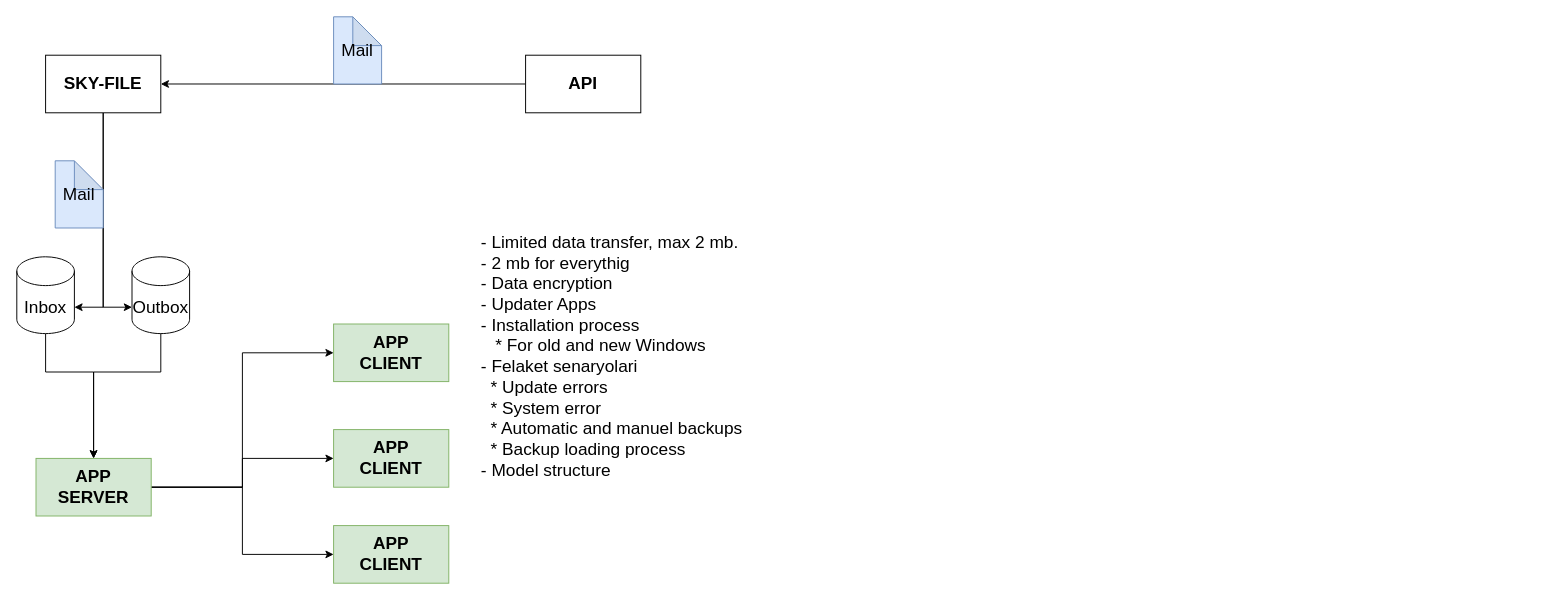
Before: page "Desktio App" (6 of 6) of mrvtool.drawio in dagistan-tuncbilek/tasarimlar, a draw.io diagram. Source tidied: cells renumbered, new cells numbered last; positions are measured from the earlier drawing's top-left corner, leaving out a move shared by most shapes. Both pictures are drawn from the tidied source at 96%, with x=0, y=0 at pixel (16, 16).
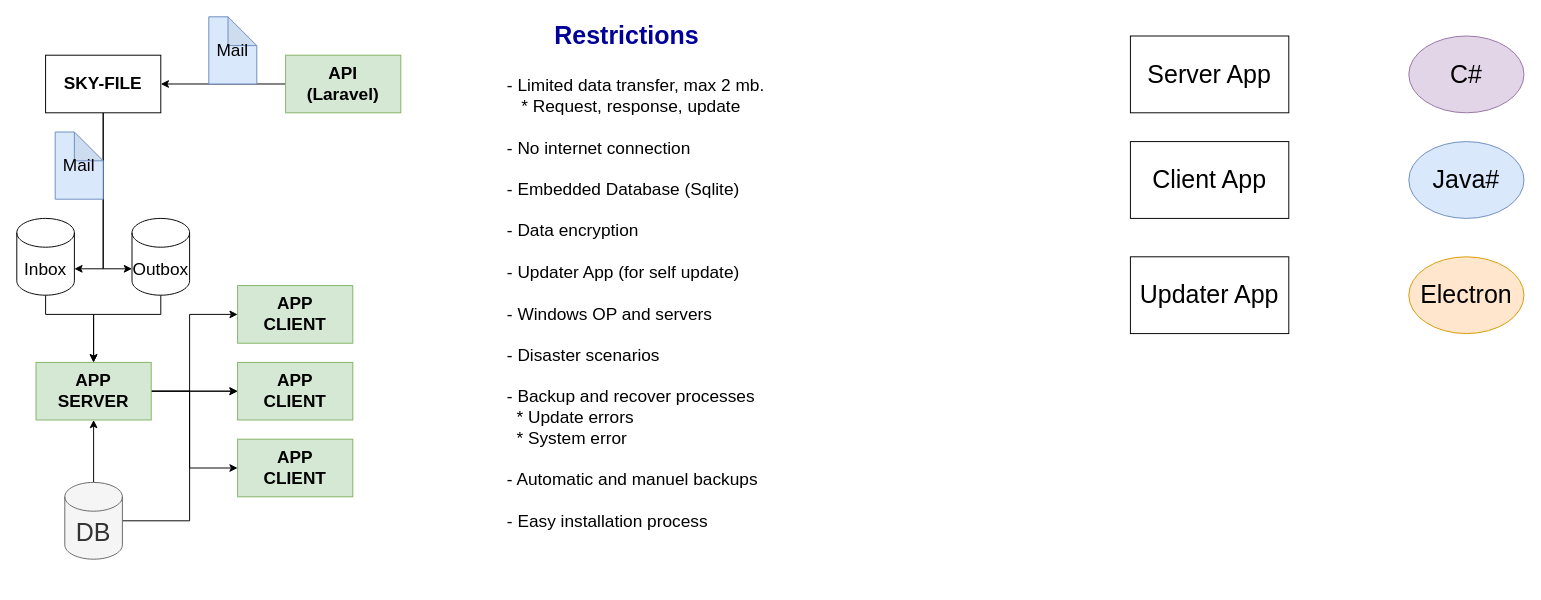
The same page after the edit.

Diff of the diagram source:
```diff
@@
-    <mxCell id="3" value="API" style="rounded=0;whiteSpace=wrap;html=1;fontStyle=1;fontSize=18;" parent="1" vertex="1">
-      <mxGeometry x="530" y="40" width="120" height="60" as="geometry" />
+    <mxCell id="3" value="&lt;div&gt;API&lt;/div&gt;&lt;div&gt;(Laravel)&lt;br&gt;&lt;/div&gt;" style="rounded=0;whiteSpace=wrap;html=1;fontStyle=1;fontSize=18;fillColor=#d5e8d4;strokeColor=#82b366;" parent="1" vertex="1">
+      <mxGeometry x="280" y="40" width="120" height="60" as="geometry" />
     </mxCell>
@@
     <mxCell id="7" value="Mail" style="shape=note;whiteSpace=wrap;html=1;backgroundOutline=1;darkOpacity=0.05;fontSize=18;fillColor=#dae8fc;strokeColor=#6c8ebf;" parent="1" vertex="1">
-      <mxGeometry x="330" width="50" height="70" as="geometry" />
+      <mxGeometry x="200" width="50" height="70" as="geometry" />
     </mxCell>
     <mxCell id="8" style="edgeStyle=orthogonalEdgeStyle;rounded=0;jettySize=auto;html=1;entryX=0;entryY=0.5;entryDx=0;entryDy=0;fontSize=18;" parent="1" edge="1" source="11" target="17">
-      <mxGeometry relative="1" as="geometry" />
+      <mxGeometry relative="1" as="geometry">
+        <Array as="points">
+          <mxPoint x="180" y="390" />
+          <mxPoint x="180" y="470" />
+        </Array>
+      </mxGeometry>
     </mxCell>
@@
     <mxCell id="10" style="edgeStyle=orthogonalEdgeStyle;rounded=0;jettySize=auto;html=1;entryX=0;entryY=0.5;entryDx=0;entryDy=0;fontSize=18;" parent="1" edge="1" source="11" target="19">
-      <mxGeometry relative="1" as="geometry" />
+      <mxGeometry relative="1" as="geometry">
+        <Array as="points">
+          <mxPoint x="180" y="390" />
+          <mxPoint x="180" y="310" />
+        </Array>
+      </mxGeometry>
     </mxCell>
     <mxCell id="11" value="&lt;div&gt;APP &lt;br&gt;&lt;/div&gt;&lt;div&gt;SERVER&lt;br&gt;&lt;/div&gt;" style="rounded=0;whiteSpace=wrap;html=1;fontStyle=1;fontSize=18;fillColor=#d5e8d4;strokeColor=#82b366;" parent="1" vertex="1">
-      <mxGeometry x="20" y="460" width="120" height="60" as="geometry" />
+      <mxGeometry x="20" y="360" width="120" height="60" as="geometry" />
     </mxCell>
     <mxCell id="12" value="Mail" style="shape=note;whiteSpace=wrap;html=1;backgroundOutline=1;darkOpacity=0.05;fontSize=18;fillColor=#dae8fc;strokeColor=#6c8ebf;" parent="1" vertex="1">
-      <mxGeometry x="40" y="150" width="50" height="70" as="geometry" />
+      <mxGeometry x="40" y="120" width="50" height="70" as="geometry" />
     </mxCell>
     <mxCell id="13" style="edgeStyle=orthogonalEdgeStyle;rounded=0;jettySize=auto;html=1;entryX=0.5;entryY=0;entryDx=0;entryDy=0;fontSize=18;" parent="1" edge="1" source="14" target="11">
       <mxGeometry relative="1" as="geometry">
         <Array as="points">
-          <mxPoint x="30" y="370" />
-          <mxPoint x="80" y="370" />
+          <mxPoint x="30" y="310" />
+          <mxPoint x="80" y="310" />
         </Array>
       </mxGeometry>
     </mxCell>
     <mxCell id="14" value="Inbox" style="shape=cylinder3;whiteSpace=wrap;html=1;boundedLbl=1;backgroundOutline=1;size=15;fontSize=18;" parent="1" vertex="1">
-      <mxGeometry y="250" width="60" height="80" as="geometry" />
+      <mxGeometry y="210" width="60" height="80" as="geometry" />
     </mxCell>
     <mxCell id="15" style="edgeStyle=orthogonalEdgeStyle;rounded=0;jettySize=auto;html=1;fontSize=18;" parent="1" edge="1" source="16" target="11">
       <mxGeometry relative="1" as="geometry">
         <Array as="points">
-          <mxPoint x="150" y="370" />
-          <mxPoint x="80" y="370" />
+          <mxPoint x="150" y="310" />
+          <mxPoint x="80" y="310" />
         </Array>
       </mxGeometry>
     </mxCell>
     <mxCell id="16" value="Outbox" style="shape=cylinder3;whiteSpace=wrap;html=1;boundedLbl=1;backgroundOutline=1;size=15;fontSize=18;" parent="1" vertex="1">
-      <mxGeometry x="120" y="250" width="60" height="80" as="geometry" />
+      <mxGeometry x="120" y="210" width="60" height="80" as="geometry" />
     </mxCell>
     <mxCell id="17" value="&lt;div&gt;APP &lt;br&gt;&lt;/div&gt;&lt;div&gt;CLIENT&lt;br&gt;&lt;/div&gt;" style="rounded=0;whiteSpace=wrap;html=1;fontStyle=1;fontSize=18;fillColor=#d5e8d4;strokeColor=#82b366;" parent="1" vertex="1">
-      <mxGeometry x="330" y="530" width="120" height="60" as="geometry" />
+      <mxGeometry x="230" y="440" width="120" height="60" as="geometry" />
     </mxCell>
     <mxCell id="18" value="&lt;div&gt;APP &lt;br&gt;&lt;/div&gt;&lt;div&gt;CLIENT&lt;br&gt;&lt;/div&gt;" style="rounded=0;whiteSpace=wrap;html=1;fontStyle=1;fontSize=18;fillColor=#d5e8d4;strokeColor=#82b366;" parent="1" vertex="1">
-      <mxGeometry x="330" y="430" width="120" height="60" as="geometry" />
+      <mxGeometry x="230" y="360" width="120" height="60" as="geometry" />
     </mxCell>
     <mxCell id="19" value="&lt;div&gt;APP &lt;br&gt;&lt;/div&gt;&lt;div&gt;CLIENT&lt;br&gt;&lt;/div&gt;" style="rounded=0;whiteSpace=wrap;html=1;fontStyle=1;fontSize=18;fillColor=#d5e8d4;strokeColor=#82b366;" parent="1" vertex="1">
-      <mxGeometry x="330" y="320" width="120" height="60" as="geometry" />
+      <mxGeometry x="230" y="280" width="120" height="60" as="geometry" />
     </mxCell>
-    <mxCell id="20" value="&lt;div align=&quot;left&quot;&gt;- Limited data transfer, max 2 mb.&lt;/div&gt;&lt;div align=&quot;left&quot;&gt;- 2 mb for everythig&lt;br&gt;&lt;/div&gt;&lt;div align=&quot;left&quot;&gt;- Data encryption&lt;/div&gt;&lt;div align=&quot;left&quot;&gt;- Updater Apps&lt;/div&gt;&lt;div align=&quot;left&quot;&gt;- Installation process&lt;/div&gt;&lt;div align=&quot;left&quot;&gt;&amp;nbsp;&amp;nbsp; * For old and new Windows&lt;br&gt;&lt;/div&gt;&lt;div align=&quot;left&quot;&gt;- Felaket senaryolari&lt;/div&gt;&lt;div align=&quot;left&quot;&gt;&amp;nbsp; * Update errors&lt;/div&gt;&lt;div align=&quot;left&quot;&gt;&amp;nbsp; * System error&lt;/div&gt;&lt;div align=&quot;left&quot;&gt;&amp;nbsp; * Automatic and manuel backups&lt;/div&gt;&lt;div align=&quot;left&quot;&gt;&amp;nbsp; * Backup loading process&lt;/div&gt;&lt;div align=&quot;left&quot;&gt;- Model structure&lt;br&gt;&lt;/div&gt;&lt;div align=&quot;left&quot;&gt;&lt;br&gt;&lt;/div&gt;" style="text;html=1;strokeColor=none;fillColor=none;align=center;verticalAlign=middle;whiteSpace=wrap;rounded=0;fontSize=18;" parent="1" vertex="1">
-      <mxGeometry x="470" y="140" width="300" height="450" as="geometry" />
+    <mxCell id="20" value="&lt;div align=&quot;left&quot;&gt;- Limited data transfer, max 2 mb.&lt;/div&gt;&lt;div align=&quot;left&quot;&gt;&amp;nbsp;&amp;nbsp; * Request, response, update&lt;/div&gt;&lt;div align=&quot;left&quot;&gt;&lt;br&gt;&lt;/div&gt;&lt;div align=&quot;left&quot;&gt;- No internet connection&lt;br&gt;&lt;/div&gt;&lt;div align=&quot;left&quot;&gt;&lt;br&gt;&lt;/div&gt;&lt;div align=&quot;left&quot;&gt;- Embedded Database (Sqlite)&lt;br&gt;&lt;/div&gt;&lt;div align=&quot;left&quot;&gt;&lt;br&gt;&lt;/div&gt;&lt;div align=&quot;left&quot;&gt;- Data encryption&lt;/div&gt;&lt;div align=&quot;left&quot;&gt;&lt;br&gt;&lt;/div&gt;&lt;div align=&quot;left&quot;&gt;- Updater App (for self update)&lt;br&gt;&lt;/div&gt;&lt;div align=&quot;left&quot;&gt;&lt;br&gt;&lt;/div&gt;&lt;div align=&quot;left&quot;&gt;- Windows OP and servers&lt;/div&gt;&lt;div align=&quot;left&quot;&gt;&lt;br&gt;&lt;/div&gt;&lt;div align=&quot;left&quot;&gt;- &lt;span class=&quot;VIiyi&quot; lang=&quot;en&quot;&gt;&lt;span class=&quot;JLqJ4b ChMk0b&quot;&gt;&lt;span&gt;Disaster scenarios&lt;/span&gt;&lt;/span&gt;&lt;/span&gt;&lt;/div&gt;&lt;div align=&quot;left&quot;&gt;&lt;br&gt;&lt;span class=&quot;VIiyi&quot; lang=&quot;en&quot;&gt;&lt;span class=&quot;JLqJ4b ChMk0b&quot;&gt;&lt;span&gt;- Backup and recover processes&lt;/span&gt;&lt;/span&gt;&lt;/span&gt; &lt;/div&gt;&lt;div align=&quot;left&quot;&gt;&amp;nbsp; * Update errors&lt;/div&gt;&lt;div align=&quot;left&quot;&gt;&amp;nbsp; * System error&lt;/div&gt;&lt;div align=&quot;left&quot;&gt;&amp;nbsp;&lt;/div&gt;&lt;div align=&quot;left&quot;&gt;- Automatic and manuel backups&lt;/div&gt;&lt;div align=&quot;left&quot;&gt;&lt;br&gt;&lt;/div&gt;&lt;div align=&quot;left&quot;&gt;- Easy installation process&lt;/div&gt;&lt;div align=&quot;left&quot;&gt;&lt;br&gt;&lt;/div&gt;" style="text;html=1;strokeColor=none;fillColor=none;align=center;verticalAlign=middle;whiteSpace=wrap;rounded=0;fontSize=18;perimeterSpacing=1;spacingTop=0;" parent="1" vertex="1">
+      <mxGeometry x="450" y="55" width="390" height="510" as="geometry" />
     </mxCell>
+    <mxCell id="21" value="&lt;font style=&quot;font-size: 26px;&quot; color=&quot;#000099&quot;&gt;&lt;b style=&quot;font-size: 26px;&quot;&gt;Restrictions&lt;/b&gt;&lt;/font&gt;" style="text;html=1;align=center;verticalAlign=middle;strokeColor=none;fontSize=26;" parent="1" vertex="1">
+      <mxGeometry x="550" width="170" height="40" as="geometry" />
+    </mxCell>
+    <mxCell id="22" value="Server App" style="rounded=0;whiteSpace=wrap;html=1;fontSize=26;verticalAlign=middle;" parent="1" vertex="1">
+      <mxGeometry x="1160" y="20" width="165" height="80" as="geometry" />
+    </mxCell>
+    <mxCell id="23" value="Client App" style="rounded=0;whiteSpace=wrap;html=1;fontSize=26;verticalAlign=middle;" parent="1" vertex="1">
+      <mxGeometry x="1160" y="130" width="165" height="80" as="geometry" />
+    </mxCell>
+    <mxCell id="24" value="Updater App" style="rounded=0;whiteSpace=wrap;html=1;fontSize=26;verticalAlign=middle;" parent="1" vertex="1">
+      <mxGeometry x="1160" y="250" width="165" height="80" as="geometry" />
+    </mxCell>
+    <mxCell id="25" value="C#" style="ellipse;whiteSpace=wrap;html=1;fontSize=26;verticalAlign=middle;fillColor=#e1d5e7;strokeColor=#9673a6;" parent="1" vertex="1">
+      <mxGeometry x="1450" y="20" width="120" height="80" as="geometry" />
+    </mxCell>
+    <mxCell id="26" value="Java#" style="ellipse;whiteSpace=wrap;html=1;fontSize=26;verticalAlign=middle;fillColor=#dae8fc;strokeColor=#6c8ebf;" parent="1" vertex="1">
+      <mxGeometry x="1450" y="130" width="120" height="80" as="geometry" />
+    </mxCell>
+    <mxCell id="27" value="Electron" style="ellipse;whiteSpace=wrap;html=1;fontSize=26;verticalAlign=middle;fillColor=#ffe6cc;strokeColor=#d79b00;" parent="1" vertex="1">
+      <mxGeometry x="1450" y="250" width="120" height="80" as="geometry" />
+    </mxCell>
+    <mxCell id="28" style="edgeStyle=orthogonalEdgeStyle;rounded=0;jettySize=auto;html=1;entryX=0.5;entryY=1;entryDx=0;entryDy=0;fontSize=26;" parent="1" edge="1" source="30" target="11">
+      <mxGeometry relative="1" as="geometry" />
+    </mxCell>
+    <mxCell id="29" style="edgeStyle=orthogonalEdgeStyle;rounded=0;jettySize=auto;html=1;entryX=0;entryY=0.5;entryDx=0;entryDy=0;fontSize=26;" parent="1" edge="1" source="30" target="18">
+      <mxGeometry relative="1" as="geometry">
+        <Array as="points">
+          <mxPoint x="180" y="525" />
+          <mxPoint x="180" y="390" />
+        </Array>
+      </mxGeometry>
+    </mxCell>
+    <mxCell id="30" value="DB" style="shape=cylinder3;whiteSpace=wrap;html=1;boundedLbl=1;backgroundOutline=1;size=15;fontSize=26;verticalAlign=middle;fillColor=#f5f5f5;strokeColor=#666666;fontColor=#333333;" parent="1" vertex="1">
+      <mxGeometry x="50" y="485" width="60" height="80" as="geometry" />
+    </mxCell>
```
